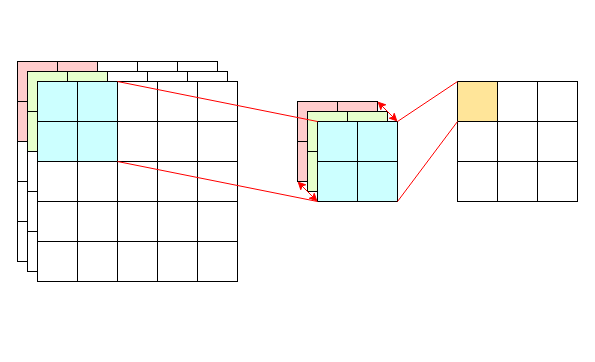
Above: page "Page-3" (2 of 3) of Untitled Diagram.drawio in Isaac-the-Man/diagrams (draw.io), before the change. Source tidied: cells renumbered, new cells numbered last; positions are measured from the earlier drawing's top-left corner, leaving out a move shared by most shapes. Both pictures are drawn from the tidied source at 100%, with x=0, y=0 at pixel (17, 61).
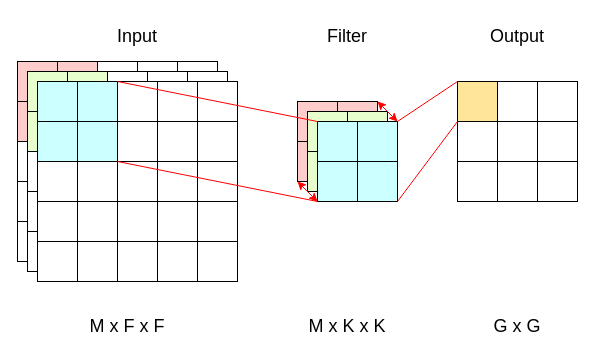
Above is the later version.

Diff of the diagram source:
```diff
@@
+    <mxCell id="111" value="&lt;p style=&quot;line-height: 100%;&quot;&gt;&lt;font style=&quot;font-size: 18px;&quot;&gt;Filter&lt;/font&gt;&lt;/p&gt;" style="text;html=1;align=center;verticalAlign=middle;whiteSpace=wrap;rounded=0;labelBackgroundColor=none;" parent="1" vertex="1">
+      <mxGeometry x="285" y="-40" width="90" height="30" as="geometry" />
+    </mxCell>
+    <mxCell id="112" value="&lt;p style=&quot;line-height: 100%;&quot;&gt;&lt;font style=&quot;font-size: 18px;&quot;&gt;Input&lt;/font&gt;&lt;/p&gt;" style="text;html=1;align=center;verticalAlign=middle;whiteSpace=wrap;rounded=0;labelBackgroundColor=none;" parent="1" vertex="1">
+      <mxGeometry x="75" y="-40" width="90" height="30" as="geometry" />
+    </mxCell>
+    <mxCell id="113" value="&lt;p style=&quot;line-height: 100%;&quot;&gt;&lt;span style=&quot;font-size: 18px;&quot;&gt;Output&lt;/span&gt;&lt;/p&gt;" style="text;html=1;align=center;verticalAlign=middle;whiteSpace=wrap;rounded=0;labelBackgroundColor=none;" parent="1" vertex="1">
+      <mxGeometry x="455" y="-40" width="90" height="30" as="geometry" />
+    </mxCell>
+    <mxCell id="114" value="&lt;p style=&quot;line-height: 100%;&quot;&gt;&lt;font style=&quot;font-size: 18px;&quot;&gt;M x F x F&lt;/font&gt;&lt;/p&gt;" style="text;html=1;align=center;verticalAlign=middle;whiteSpace=wrap;rounded=0;labelBackgroundColor=none;" parent="1" vertex="1">
+      <mxGeometry x="65" y="250" width="90" height="30" as="geometry" />
+    </mxCell>
+    <mxCell id="115" value="&lt;p style=&quot;line-height: 100%;&quot;&gt;&lt;span style=&quot;font-size: 18px;&quot;&gt;M x K x K&lt;/span&gt;&lt;/p&gt;" style="text;html=1;align=center;verticalAlign=middle;whiteSpace=wrap;rounded=0;labelBackgroundColor=none;" parent="1" vertex="1">
+      <mxGeometry x="285" y="250" width="90" height="30" as="geometry" />
+    </mxCell>
+    <mxCell id="116" value="&lt;p style=&quot;line-height: 100%;&quot;&gt;&lt;span style=&quot;font-size: 18px;&quot;&gt;G x G&lt;/span&gt;&lt;/p&gt;" style="text;html=1;align=center;verticalAlign=middle;whiteSpace=wrap;rounded=0;labelBackgroundColor=none;" parent="1" vertex="1">
+      <mxGeometry x="455" y="250" width="90" height="30" as="geometry" />
+    </mxCell>
```
